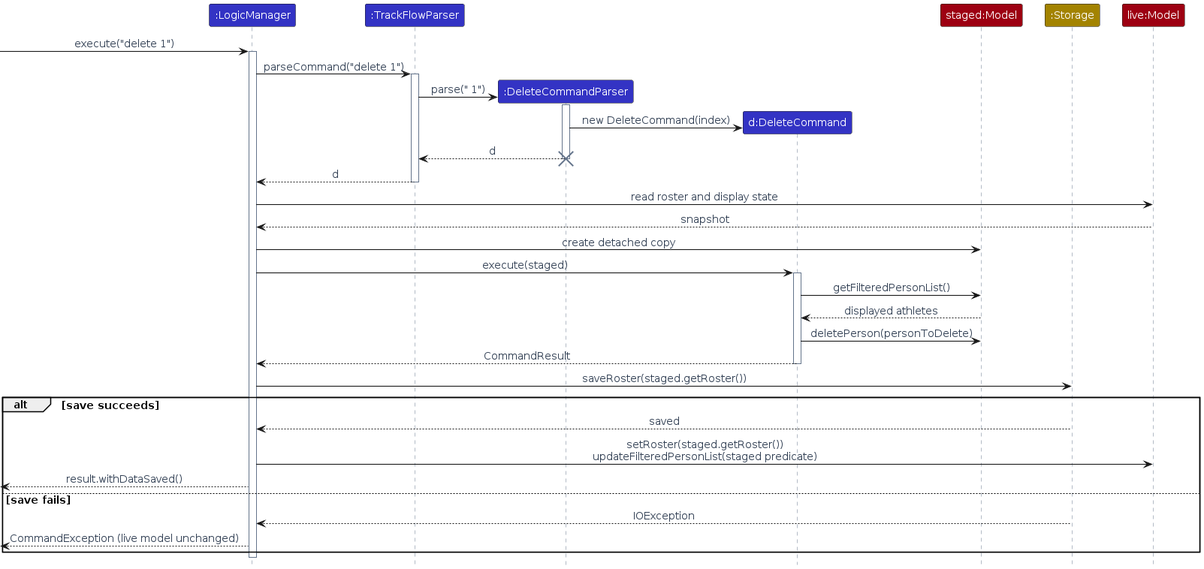
Before: diagrams/DeleteSequenceDiagram.png, a diagram exported from PlantUML (AY2627S1-CS2103T-T17-2/tp). Its source is kept beside it as diagrams/DeleteSequenceDiagram.puml.
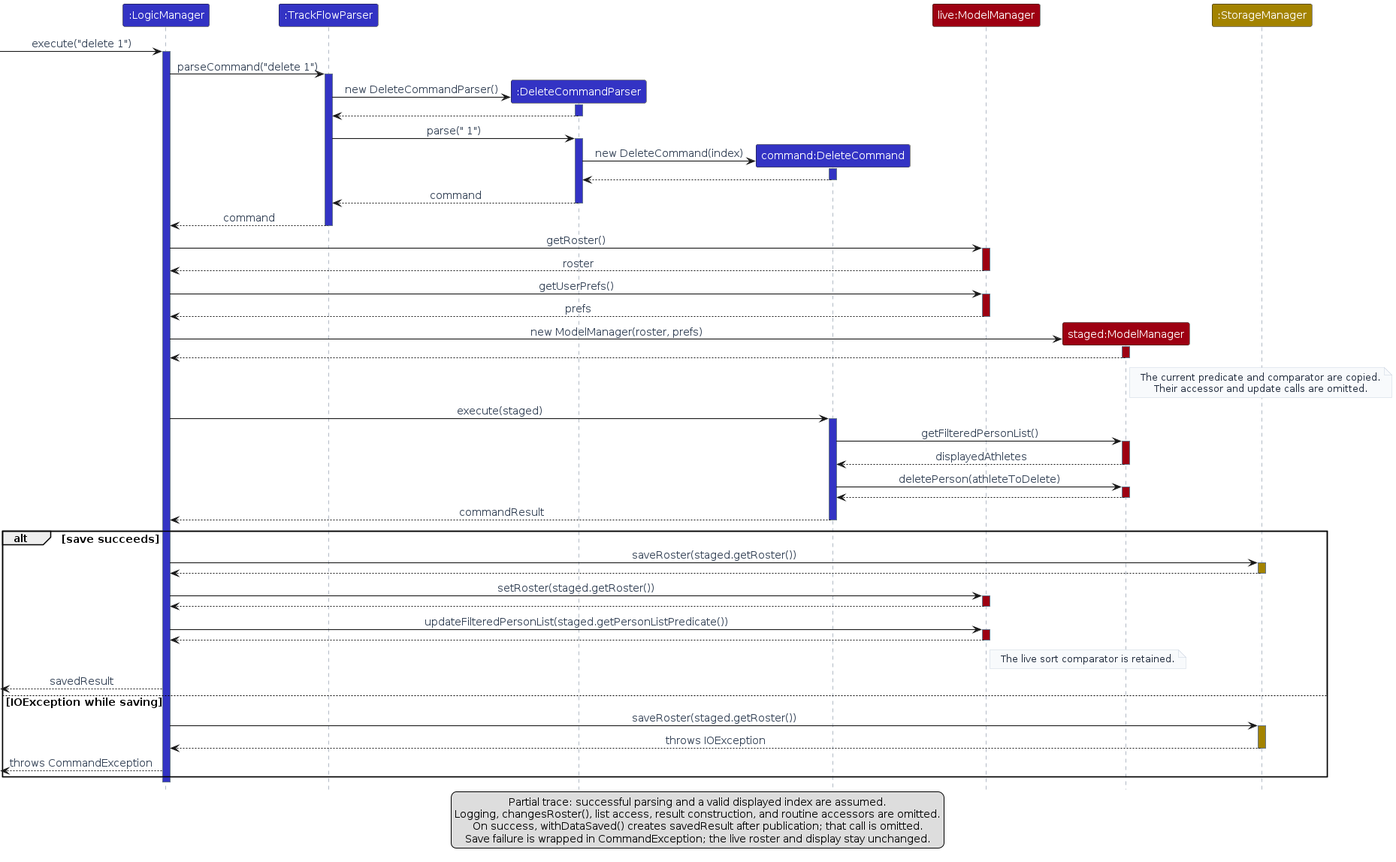
The same file after the commit.

Change to the diagram source:
```diff
@@ -1,47 +1,89 @@
 @startuml
 !include style.puml
 skinparam ArrowFontStyle plain
-
 participant ":LogicManager" as logic LOGIC_COLOR
 participant ":TrackFlowParser" as parser LOGIC_COLOR
 participant ":DeleteCommandParser" as deleteParser LOGIC_COLOR
-participant "d:DeleteCommand" as command LOGIC_COLOR
-participant "staged:Model" as model MODEL_COLOR
-participant ":Storage" as storage STORAGE_COLOR
-participant "live:Model" as live MODEL_COLOR
-
+participant "command:DeleteCommand" as command LOGIC_COLOR
+participant "live:ModelManager" as live MODEL_COLOR
+participant "staged:ModelManager" as staged MODEL_COLOR
+participant ":StorageManager" as storage STORAGE_COLOR
 [-> logic : execute("delete 1")
-activate logic
+activate logic LOGIC_COLOR
 logic -> parser : parseCommand("delete 1")
-activate parser
+activate parser LOGIC_COLOR
 create deleteParser
+parser -> deleteParser : new DeleteCommandParser()
+activate deleteParser LOGIC_COLOR
+deleteParser --> parser
+deactivate deleteParser
 parser -> deleteParser : parse(" 1")
-activate deleteParser
+activate deleteParser LOGIC_COLOR
 create command
 deleteParser -> command : new DeleteCommand(index)
-deleteParser --> parser : d
+activate command LOGIC_COLOR
+command --> deleteParser
+deactivate command
+deleteParser --> parser : command
 deactivate deleteParser
-destroy deleteParser
-parser --> logic : d
+parser --> logic : command
 deactivate parser
-logic -> live : read roster and display state
-live --> logic : snapshot
-logic -> model : create detached copy
+logic -> live : getRoster()
+activate live MODEL_COLOR
+live --> logic : roster
+deactivate live
+logic -> live : getUserPrefs()
+activate live MODEL_COLOR
+live --> logic : prefs
+deactivate live
+create staged
+logic -> staged : new ModelManager(roster, prefs)
+activate staged MODEL_COLOR
+staged --> logic
+deactivate staged
+note right of staged
+  The current predicate and comparator are copied.
+  Their accessor and update calls are omitted.
+end note
 logic -> command : execute(staged)
-activate command
-command -> model : getFilteredPersonList()
-model --> command : displayed athletes
-command -> model : deletePerson(personToDelete)
-command --> logic : CommandResult
+activate command LOGIC_COLOR
+command -> staged : getFilteredPersonList()
+activate staged MODEL_COLOR
+staged --> command : displayedAthletes
+deactivate staged
+command -> staged : deletePerson(athleteToDelete)
+activate staged MODEL_COLOR
+staged --> command
+deactivate staged
+command --> logic : commandResult
 deactivate command
-logic -> storage : saveRoster(staged.getRoster())
 alt save succeeds
-    storage --> logic : saved
-    logic -> live : setRoster(staged.getRoster())\nupdateFilteredPersonList(staged predicate)
-    [<-- logic : result.withDataSaved()
-else save fails
-    storage --> logic : IOException
-    [<-- logic : CommandException (live model unchanged)
+    logic -> storage : saveRoster(staged.getRoster())
+    activate storage STORAGE_COLOR
+    storage --> logic
+    deactivate storage
+    logic -> live : setRoster(staged.getRoster())
+    activate live MODEL_COLOR
+    live --> logic
+    deactivate live
+    logic -> live : updateFilteredPersonList(staged.getPersonListPredicate())
+    activate live MODEL_COLOR
+    live --> logic
+    deactivate live
+    note right of live: The live sort comparator is retained.
+    [<-- logic : savedResult
+else IOException while saving
+    logic -> storage : saveRoster(staged.getRoster())
+    activate storage STORAGE_COLOR
+    storage --> logic : throws IOException
+    deactivate storage
+    [<-- logic : throws CommandException
 end
 deactivate logic
+legend bottom
+  Partial trace: successful parsing and a valid displayed index are assumed.
+  Logging, changesRoster(), list access, result construction, and routine accessors are omitted.
+  On success, withDataSaved() creates savedResult after publication; that call is omitted.
+  Save failure is wrapped in CommandException; the live roster and display stay unchanged.
+endlegend
 @enduml
```
